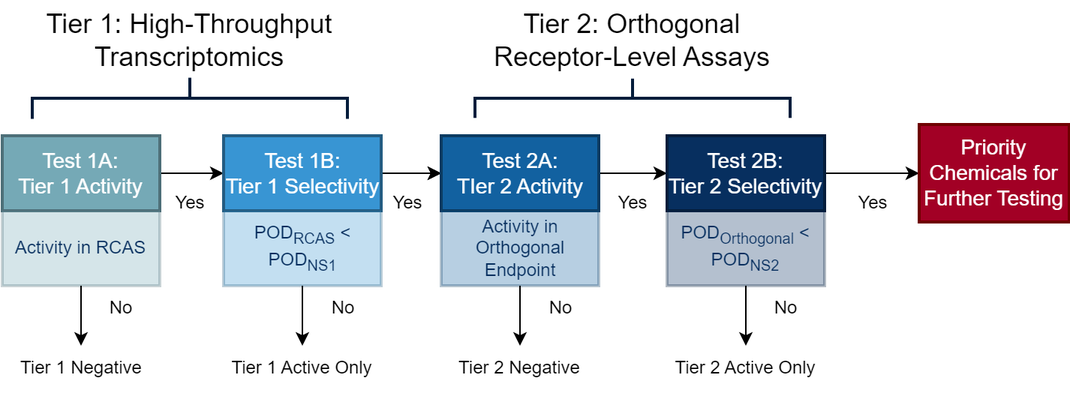
Before: vignettes/Fig2A_detail.png, a diagram exported from draw.io (USEPA/CompTox-HTTr-RCAS). Source tidied: cells renumbered, new cells last; positions are measured from the earlier drawing's top-left corner, leaving out a move shared by most shapes.
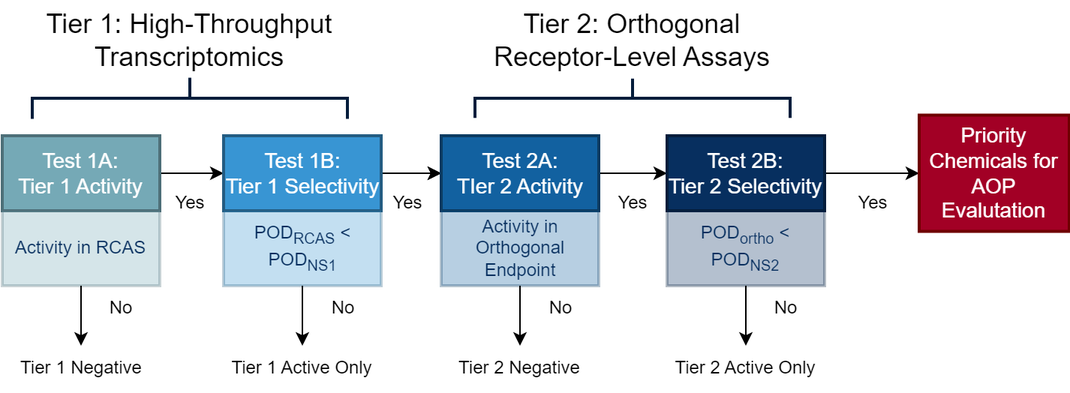
Above is the later version.

What changed in the source:
```diff
@@ -17,8 +17,8 @@
     <mxCell id="6" style="html=1;strokeColor=#000000;exitX=1;exitY=0.5;exitDx=0;exitDy=0;elbow=vertical;entryX=0;entryY=0.5;entryDx=0;entryDy=0;" parent="1" edge="1" source="40" target="7">
       <mxGeometry relative="1" as="geometry" />
     </mxCell>
-    <mxCell id="7" value="&lt;font style=&quot;font-size: 14px;&quot;&gt;Priority Chemicals for Further Testing&lt;/font&gt;" style="rounded=0;whiteSpace=wrap;html=1;fillColor=#a20025;strokeColor=#6F0000;strokeWidth=2;fontColor=#FFFFFF;" parent="1" vertex="1">
-      <mxGeometry x="611" y="122.5" width="100" height="65" as="geometry" />
+    <mxCell id="7" value="&lt;font style=&quot;font-size: 14px;&quot;&gt;Priority Chemicals for AOP Evalutation&lt;/font&gt;" style="rounded=0;whiteSpace=wrap;html=1;fillColor=#a20025;strokeColor=#6F0000;strokeWidth=2;fontColor=#FFFFFF;" parent="1" vertex="1">
+      <mxGeometry x="611" y="116.2" width="100" height="77.5" as="geometry" />
     </mxCell>
     <mxCell id="8" style="group;" parent="1" vertex="1">
       <mxGeometry x="310" y="40" width="220" height="77.5" as="geometry" />
@@ -119,7 +119,7 @@
     <mxCell id="40" value="Test 2B:&lt;br&gt;Tier 2 Selectivity" style="rounded=0;whiteSpace=wrap;html=1;fillColor=#072f5f;strokeColor=#041d3b;strokeWidth=2;fontSize=14;fontColor=#FFFFFF;" parent="39" vertex="1">
       <mxGeometry width="105" height="50" as="geometry" />
     </mxCell>
-    <mxCell id="41" value="POD&lt;sub&gt;Orthogonal&lt;/sub&gt; &amp;lt; POD&lt;sub&gt;NS2&lt;/sub&gt;" style="rounded=0;whiteSpace=wrap;html=1;strokeColor=#041d3b;strokeWidth=2;fontColor=#072f5f;fillColor=#072f5f;opacity=30;" parent="39" vertex="1">
+    <mxCell id="41" value="POD&lt;sub&gt;ortho&lt;/sub&gt;&amp;nbsp;&amp;lt; POD&lt;sub&gt;NS2&lt;/sub&gt;" style="rounded=0;whiteSpace=wrap;html=1;strokeColor=#041d3b;strokeWidth=2;fontColor=#072f5f;fillColor=#072f5f;opacity=30;" parent="39" vertex="1">
       <mxGeometry y="50" width="105" height="50" as="geometry" />
     </mxCell>
     <mxCell id="42" value="No" style="rounded=0;whiteSpace=wrap;html=1;fillColor=none;strokeColor=none;strokeWidth=2;fontColor=#000000;" parent="39" vertex="1">
```
